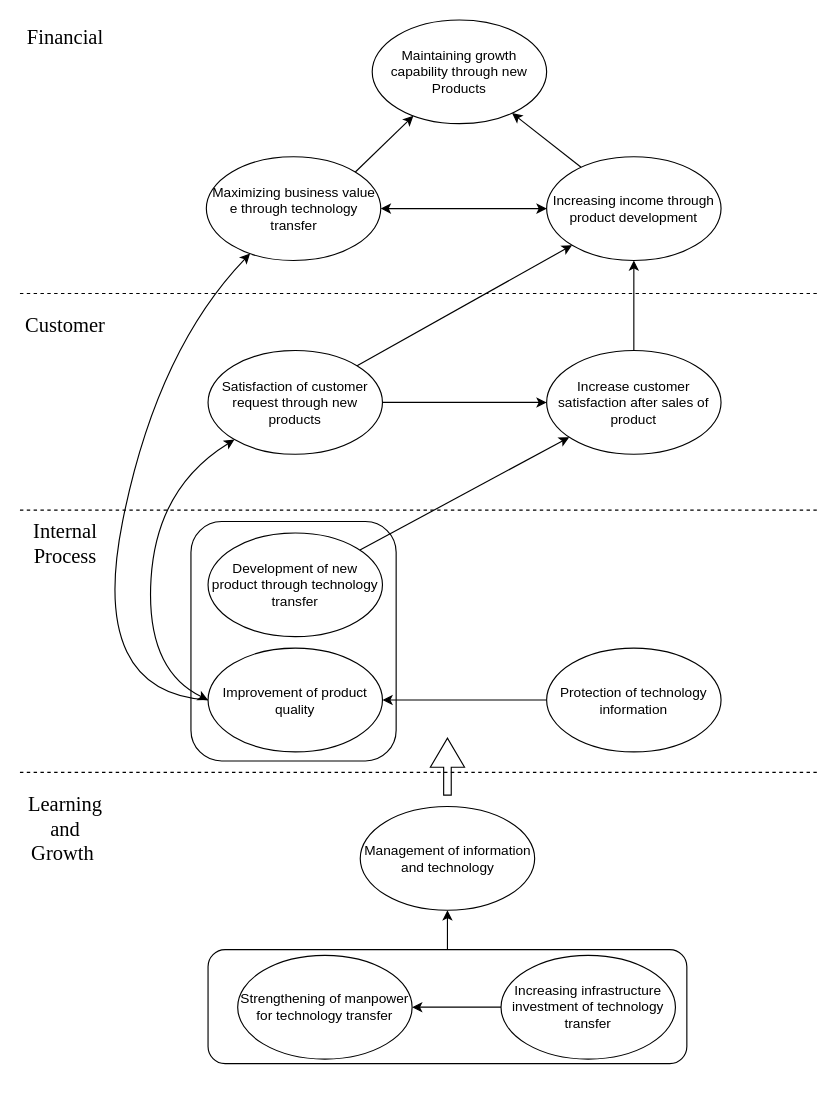
jetorz/diagrams keeps this draw.io diagram as Case1.drawio. Above is the earlier version. Source tidied: cells renumbered, new cells numbered last; positions are measured from the earlier drawing's top-left corner, leaving out a move shared by most shapes. Both pictures are drawn from the tidied source at 114%, with x=0, y=0 at pixel (19, 19).
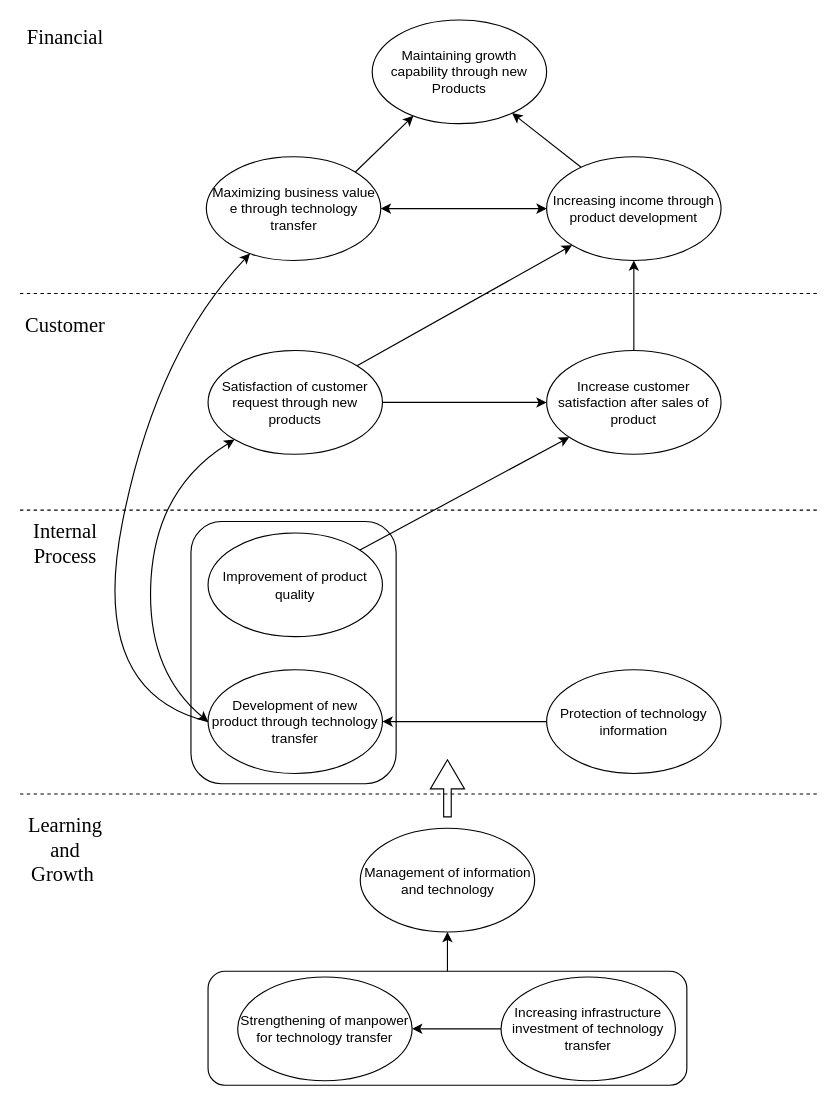
Above is the later version.

The edit, as a diff of the source:
```diff
@@
     <mxCell id="2" style="rounded=1;whiteSpace=wrap;html=1;fillColor=none;" parent="1" vertex="1">
-      <mxGeometry x="150" y="440" width="180" height="210" as="geometry" />
+      <mxGeometry x="150" y="440" width="180" height="230" as="geometry" />
     </mxCell>
@@
     <mxCell id="4" style="rounded=1;whiteSpace=wrap;html=1;fillColor=none;" parent="1" vertex="1">
-      <mxGeometry x="165" y="815.5" width="420" height="100" as="geometry" />
+      <mxGeometry x="165" y="834.5" width="420" height="100" as="geometry" />
     </mxCell>
@@
     <mxCell id="6" value="Increasing infrastructure investment of technology transfer" style="ellipse;whiteSpace=wrap;html=1;" parent="1" vertex="1">
-      <mxGeometry x="422" y="820.5" width="153" height="91" as="geometry" />
+      <mxGeometry x="422" y="839.5" width="153" height="91" as="geometry" />
     </mxCell>
     <mxCell id="7" style="shape=singleArrow;direction=north;whiteSpace=wrap;html=1;arrowWidth=0.22222188313802083;arrowSize=0.509999694824221;" parent="1" vertex="1">
-      <mxGeometry x="360" y="630" width="30" height="50" as="geometry" />
+      <mxGeometry x="360" y="649" width="30" height="50" as="geometry" />
     </mxCell>
     <mxCell id="8" style="endArrow=none;dashed=1;html=1;" parent="1" edge="1">
       <mxGeometry relative="1" as="geometry">
-        <mxPoint y="660" as="sourcePoint" />
-        <mxPoint x="700" y="660" as="targetPoint" />
+        <mxPoint y="679" as="sourcePoint" />
+        <mxPoint x="700" y="679" as="targetPoint" />
       </mxGeometry>
     </mxCell>
@@
     <mxCell id="13" value="&lt;span style=&quot;font-family: &amp;#34;cambria&amp;#34; , serif&quot;&gt;&lt;font style=&quot;font-size: 18px&quot;&gt;Learning&lt;br/&gt;and Growth&amp;nbsp;&lt;/font&gt;&lt;/span&gt;" style="text;html=1;strokeColor=none;fillColor=none;align=center;verticalAlign=middle;whiteSpace=wrap;rounded=0;" parent="1" vertex="1">
-      <mxGeometry x="20" y="700" width="40" height="20" as="geometry" />
+      <mxGeometry x="20" y="719" width="40" height="20" as="geometry" />
     </mxCell>
@@
     <mxCell id="15" value="Management of information and technology" style="ellipse;whiteSpace=wrap;html=1;" parent="1" vertex="1">
-      <mxGeometry x="298.5" y="690" width="153" height="91" as="geometry" />
+      <mxGeometry x="298.5" y="709" width="153" height="91" as="geometry" />
     </mxCell>
     <mxCell id="16" value="Strengthening of manpower for technology transfer" style="ellipse;whiteSpace=wrap;html=1;" parent="1" vertex="1">
-      <mxGeometry x="191" y="820.5" width="153" height="91" as="geometry" />
+      <mxGeometry x="191" y="839.5" width="153" height="91" as="geometry" />
     </mxCell>
@@
     <mxCell id="18" value="Protection of technology information" style="ellipse;whiteSpace=wrap;html=1;" parent="1" vertex="1">
-      <mxGeometry x="462" y="551" width="153" height="91" as="geometry" />
+      <mxGeometry x="462" y="570" width="153" height="91" as="geometry" />
     </mxCell>
-    <mxCell id="19" value="Development of new product through technology transfer" style="ellipse;whiteSpace=wrap;html=1;" parent="1" vertex="1">
+    <mxCell id="19" value="Improvement of product quality" style="ellipse;whiteSpace=wrap;html=1;" parent="1" vertex="1">
       <mxGeometry x="165" y="450" width="153" height="91" as="geometry" />
     </mxCell>
-    <mxCell id="20" value="Improvement of product quality" style="ellipse;whiteSpace=wrap;html=1;" parent="1" vertex="1">
-      <mxGeometry x="165" y="551" width="153" height="91" as="geometry" />
+    <mxCell id="20" value="&lt;span&gt;Development of new product through technology transfer&lt;/span&gt;" style="ellipse;whiteSpace=wrap;html=1;" parent="1" vertex="1">
+      <mxGeometry x="165" y="570" width="153" height="91" as="geometry" />
     </mxCell>
```
